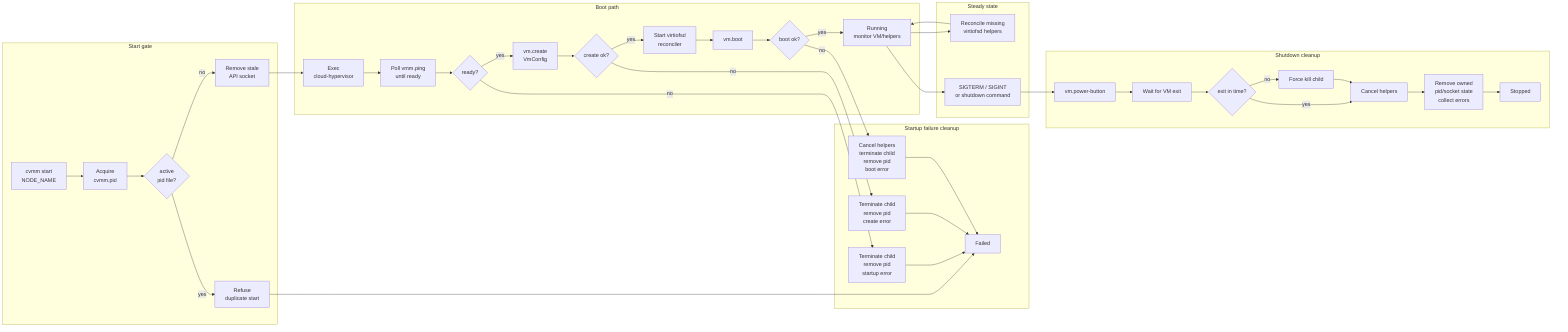
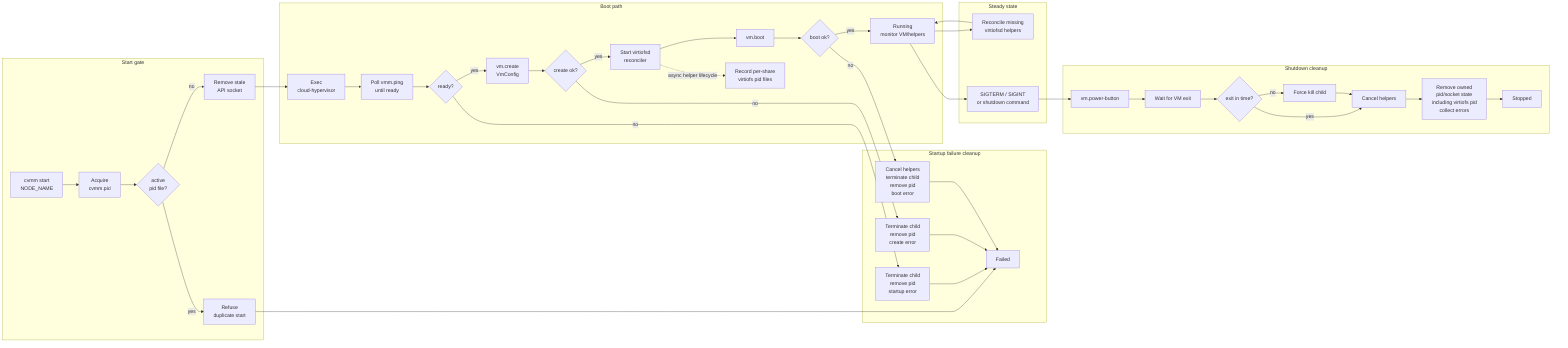
flowchart LR
    subgraph startPhase["Start gate"]
        start["cvmm start\nNODE_NAME"] --> pid["Acquire\ncvmm.pid"]
        pid --> active{"active\npid file?"}
        active -- yes --> duplicate["Refuse\nduplicate start"]
        active -- no --> stale["Remove stale\nAPI socket"]
    end

    subgraph bootPhase["Boot path"]
        stale --> spawn["Exec\ncloud-hypervisor"]
        spawn --> ready["Poll vmm.ping\nuntil ready"]
        ready --> readyOK{"ready?"}
        readyOK -- yes --> create["vm.create\nVmConfig"]
        create --> createOK{"create ok?"}
        createOK -- yes --> helpers["Start virtiofsd\nreconciler"]
        helpers --> boot["vm.boot"]
+         helpers -. async helper lifecycle .-> helperPid["Record per-share\nvirtiofs pid files"]
        boot --> bootOK{"boot ok?"}
        bootOK -- yes --> running["Running\nmonitor VM/helpers"]
    end

    subgraph failure["Startup failure cleanup"]
        readyOK -- no --> startupCleanup["Terminate child\nremove pid\nstartup error"]
        createOK -- no --> createCleanup["Terminate child\nremove pid\ncreate error"]
        bootOK -- no --> bootCleanup["Cancel helpers\nterminate child\nremove pid\nboot error"]
        duplicate --> failed["Failed"]
        startupCleanup --> failed
        createCleanup --> failed
        bootCleanup --> failed
    end

    subgraph steady["Steady state"]
        running --> reconcile["Reconcile missing\nvirtiofsd helpers"]
        reconcile --> running
        running --> signal["SIGTERM / SIGINT\nor shutdown command"]
    end

    subgraph stopPhase["Shutdown cleanup"]
        signal --> power["vm.power-button"]
        power --> wait["Wait for VM exit"]
        wait --> exited{"exit in time?"}
        exited -- no --> kill["Force kill child"]
        exited -- yes --> stopHelpers["Cancel helpers"]
        kill --> stopHelpers
-         stopHelpers --> cleanup["Remove owned\npid/socket state\ncollect errors"]
+         stopHelpers --> cleanup["Remove owned\npid/socket state\nincluding virtiofs pid\ncollect errors"]
        cleanup --> stopped["Stopped"]
    end
